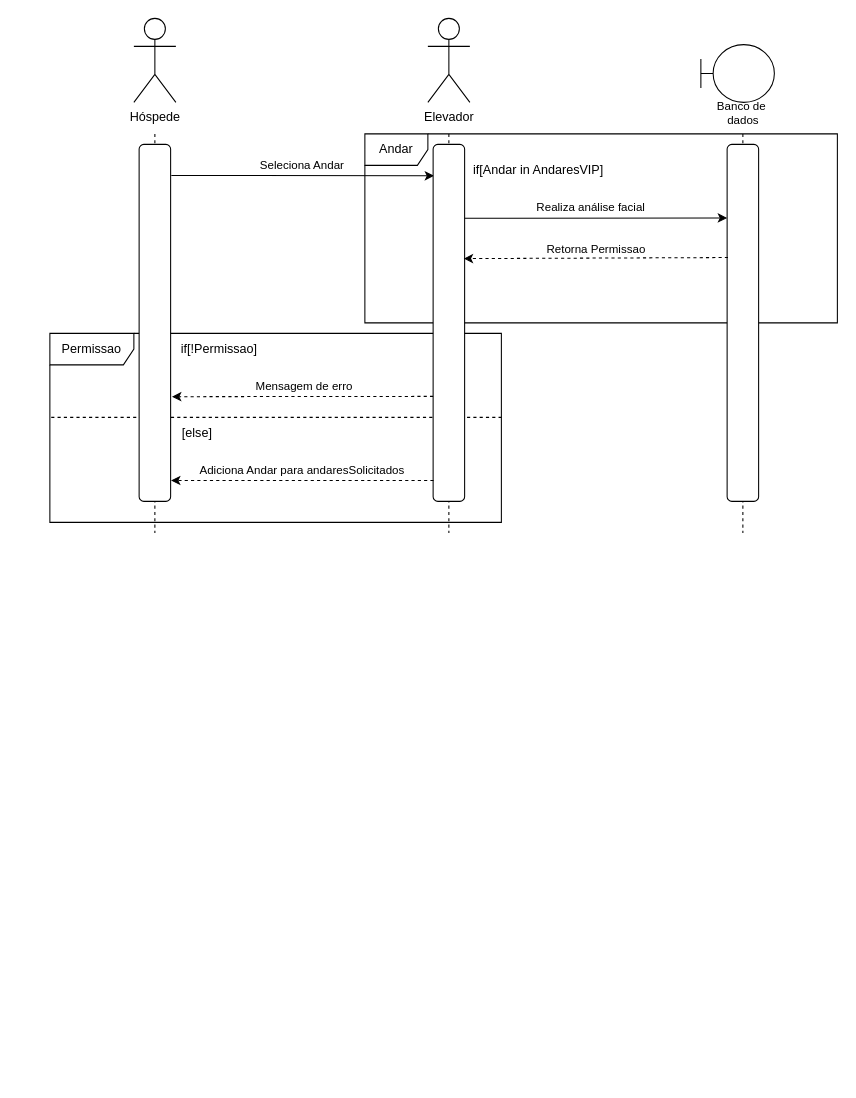
This is UC_01.drawio from joca2511/projElevadorUML, a draw.io file, before an edit. Source tidied: cells renumbered, new cells numbered last; positions are measured from the earlier drawing's top-left corner, leaving out a move shared by most shapes. Both pictures are drawn from the tidied source at 105%, with x=0, y=0 at pixel (49, 18).
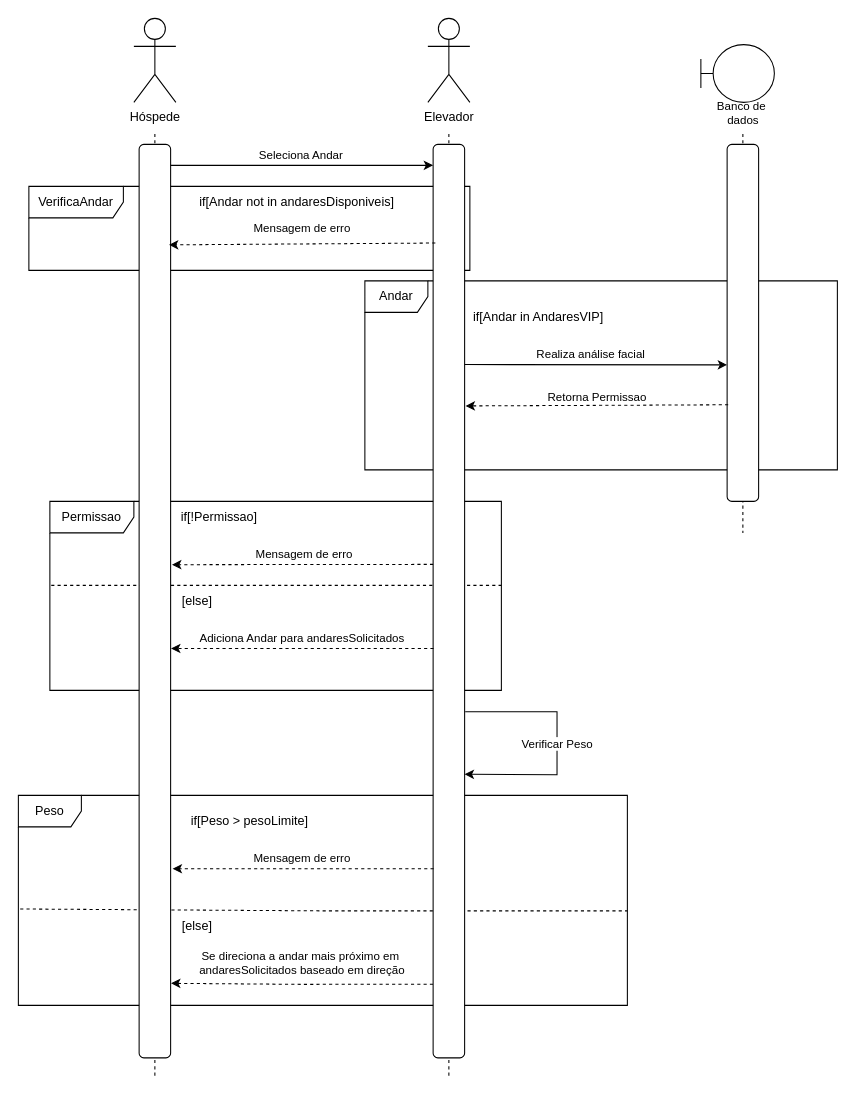
The same diagram, later.

The change refers to these unchanged cells:
```xml
<mxCell id="14" style="rounded=1;whiteSpace=wrap;html=1;" parent="1" vertex="1">
  <mxGeometry x="645" y="120" width="30" height="340" as="geometry" />
</mxCell>
```

Change to the diagram source:
```diff
@@
+    <mxCell id="23" value="VerificaAndar" style="shape=umlFrame;whiteSpace=wrap;html=1;width=90;height=30;" parent="1" vertex="1">
+      <mxGeometry x="-20" y="160" width="420" height="80" as="geometry" />
+    </mxCell>
+    <mxCell id="24" style="endArrow=none;html=1;rounded=0;exitX=0.003;exitY=0.541;exitDx=0;exitDy=0;exitPerimeter=0;dashed=1;" parent="1" edge="1" source="25">
+      <mxGeometry relative="1" as="geometry">
+        <mxPoint x="550" y="850" as="targetPoint" />
+        <Array as="points">
+          <mxPoint x="260" y="850" />
+        </Array>
+      </mxGeometry>
+    </mxCell>
+    <mxCell id="25" value="Peso" style="shape=umlFrame;whiteSpace=wrap;html=1;" parent="1" vertex="1">
+      <mxGeometry x="-30" y="740" width="580" height="200" as="geometry" />
+    </mxCell>
     <mxCell id="2" value="Andar" style="shape=umlFrame;whiteSpace=wrap;html=1;" parent="1" vertex="1">
-      <mxGeometry x="300" y="110" width="450" height="180" as="geometry" />
+      <mxGeometry x="300" y="250" width="450" height="180" as="geometry" />
     </mxCell>
     <mxCell id="3" style="endArrow=none;html=1;rounded=0;exitX=0.005;exitY=0.422;exitDx=0;exitDy=0;exitPerimeter=0;entryX=1.002;entryY=0.422;entryDx=0;entryDy=0;entryPerimeter=0;dashed=1;" parent="1" edge="1">
       <mxGeometry relative="1" as="geometry">
-        <mxPoint x="1.3" y="380" as="sourcePoint" />
-        <mxPoint x="430" y="380" as="targetPoint" />
+        <mxPoint x="1.3" y="540" as="sourcePoint" />
+        <mxPoint x="430" y="540" as="targetPoint" />
       </mxGeometry>
     </mxCell>
     <mxCell id="4" value="Permissao" style="shape=umlFrame;whiteSpace=wrap;html=1;width=80;height=30;" parent="1" vertex="1">
-      <mxGeometry y="300" width="430" height="180" as="geometry" />
+      <mxGeometry y="460" width="430" height="180" as="geometry" />
     </mxCell>
     <mxCell id="5" style="edgeStyle=orthogonalEdgeStyle;rounded=0;orthogonalLoop=1;jettySize=auto;html=1;endArrow=none;endFill=0;dashed=1;" parent="1" edge="1">
       <mxGeometry relative="1" as="geometry">
         <mxPoint x="100" y="110" as="sourcePoint" />
-        <mxPoint x="100" y="490" as="targetPoint" />
+        <mxPoint x="100" y="1010" as="targetPoint" />
       </mxGeometry>
     </mxCell>
@@
     <mxCell id="7" style="rounded=1;whiteSpace=wrap;html=1;" parent="1" vertex="1">
-      <mxGeometry x="85" y="120" width="30" height="340" as="geometry" />
+      <mxGeometry x="85" y="120" width="30" height="870" as="geometry" />
     </mxCell>
-    <mxCell id="8" value="Seleciona Andar" style="endArrow=classic;html=1;rounded=0;exitX=1.022;exitY=0.087;exitDx=0;exitDy=0;exitPerimeter=0;entryX=0.031;entryY=0.088;entryDx=0;entryDy=0;entryPerimeter=0;" parent="1" edge="1" source="7" target="11">
-      <mxGeometry x="-0.01" y="10" relative="1" as="geometry" />
-    </mxCell>
     <mxCell id="9" style="edgeStyle=orthogonalEdgeStyle;rounded=0;orthogonalLoop=1;jettySize=auto;html=1;endArrow=none;endFill=0;dashed=1;" parent="1" edge="1">
       <mxGeometry relative="1" as="geometry">
         <mxPoint x="380" y="110" as="sourcePoint" />
-        <mxPoint x="380" y="490" as="targetPoint" />
+        <mxPoint x="380" y="1010" as="targetPoint" />
       </mxGeometry>
     </mxCell>
@@
     <mxCell id="11" style="rounded=1;whiteSpace=wrap;html=1;" parent="1" vertex="1">
-      <mxGeometry x="365" y="120" width="30" height="340" as="geometry" />
+      <mxGeometry x="365" y="120" width="30" height="870" as="geometry" />
     </mxCell>
-    <mxCell id="12" value="Realiza análise facial" style="endArrow=classic;html=1;rounded=0;exitX=1;exitY=0.207;exitDx=0;exitDy=0;exitPerimeter=0;entryX=0;entryY=0.206;entryDx=0;entryDy=0;entryPerimeter=0;" parent="1" edge="1" source="11" target="14">
-      <mxGeometry x="-0.04" y="10" relative="1" as="geometry" />
-    </mxCell>
@@
-    <mxCell id="15" value="Retorna Permissao" style="endArrow=classic;html=1;rounded=0;entryX=0.972;entryY=0.32;entryDx=0;entryDy=0;entryPerimeter=0;exitX=0.028;exitY=0.317;exitDx=0;exitDy=0;exitPerimeter=0;dashed=1;" parent="1" edge="1" source="14" target="11">
-      <mxGeometry y="-8" relative="1" as="geometry" />
-    </mxCell>
     <mxCell id="16" value="Mensagem de erro" style="endArrow=classic;html=1;rounded=0;entryX=1.011;entryY=0.442;entryDx=0;entryDy=0;entryPerimeter=0;dashed=1;" parent="1" edge="1">
       <mxGeometry x="-0.01" y="-10" relative="1" as="geometry">
-        <mxPoint x="365" y="360" as="sourcePoint" />
-        <mxPoint x="116.3" y="360.3" as="targetPoint" />
+        <mxPoint x="365" y="520" as="sourcePoint" />
+        <mxPoint x="116.3" y="520.3" as="targetPoint" />
       </mxGeometry>
     </mxCell>
     <mxCell id="17" value="if[!Permissao]" style="text;html=1;align=center;verticalAlign=middle;strokeColor=none;fillColor=none;" parent="1" vertex="1">
-      <mxGeometry x="111.3" y="300" width="100" height="30" as="geometry" />
+      <mxGeometry x="111.3" y="460" width="100" height="30" as="geometry" />
     </mxCell>
     <mxCell id="18" value="[else]" style="text;html=1;align=center;verticalAlign=middle;strokeColor=none;fillColor=none;" parent="1" vertex="1">
-      <mxGeometry x="115" y="380" width="50" height="30" as="geometry" />
+      <mxGeometry x="115" y="540" width="50" height="30" as="geometry" />
     </mxCell>
     <mxCell id="19" value="Adiciona Andar para andaresSolicitados" style="endArrow=classic;html=1;rounded=0;entryX=1.014;entryY=0.912;entryDx=0;entryDy=0;entryPerimeter=0;exitX=0.012;exitY=0.912;exitDx=0;exitDy=0;exitPerimeter=0;dashed=1;" parent="1" edge="1">
       <mxGeometry y="-10" relative="1" as="geometry">
-        <mxPoint x="365.4" y="440.1" as="sourcePoint" />
-        <mxPoint x="115.4" y="440.1" as="targetPoint" />
+        <mxPoint x="365.4" y="600.1" as="sourcePoint" />
+        <mxPoint x="115.4" y="600.1" as="targetPoint" />
       </mxGeometry>
     </mxCell>
@@
     <mxCell id="22" value="if[Andar in AndaresVIP]" style="text;html=1;align=center;verticalAlign=middle;strokeColor=none;fillColor=none;" parent="1" vertex="1">
-      <mxGeometry x="390" y="130" width="150" height="30" as="geometry" />
+      <mxGeometry x="390" y="270" width="150" height="30" as="geometry" />
     </mxCell>
+    <mxCell id="8" value="Seleciona Andar" style="endArrow=classic;html=1;rounded=0;exitX=1.022;exitY=0.087;exitDx=0;exitDy=0;exitPerimeter=0;entryX=0.031;entryY=0.088;entryDx=0;entryDy=0;entryPerimeter=0;" parent="1" edge="1">
+      <mxGeometry x="-0.01" y="10" relative="1" as="geometry">
+        <mxPoint x="115" y="140" as="sourcePoint" />
+        <mxPoint x="365" y="140" as="targetPoint" />
+      </mxGeometry>
+    </mxCell>
+    <mxCell id="12" value="Realiza análise facial" style="endArrow=classic;html=1;rounded=0;exitX=1;exitY=0.085;exitDx=0;exitDy=0;exitPerimeter=0;entryX=0;entryY=0.206;entryDx=0;entryDy=0;entryPerimeter=0;" parent="1" edge="1">
+      <mxGeometry x="-0.04" y="10" relative="1" as="geometry">
+        <mxPoint x="395" y="329.7" as="sourcePoint" />
+        <mxPoint x="645" y="330" as="targetPoint" />
+      </mxGeometry>
+    </mxCell>
+    <mxCell id="15" value="Retorna Permissao" style="endArrow=classic;html=1;rounded=0;exitX=0.028;exitY=0.317;exitDx=0;exitDy=0;exitPerimeter=0;dashed=1;entryX=1.029;entryY=0.133;entryDx=0;entryDy=0;entryPerimeter=0;" parent="1" edge="1">
+      <mxGeometry y="-8" relative="1" as="geometry">
+        <mxPoint x="646" y="368" as="sourcePoint" />
+        <mxPoint x="395.9" y="369.1" as="targetPoint" />
+      </mxGeometry>
+    </mxCell>
+    <mxCell id="26" value="Verificar Peso" style="endArrow=classic;html=1;rounded=0;entryX=0.901;entryY=0.597;entryDx=0;entryDy=0;entryPerimeter=0;exitX=1.018;exitY=0.621;exitDx=0;exitDy=0;exitPerimeter=0;" parent="1" edge="1" source="11">
+      <mxGeometry relative="1" as="geometry">
+        <mxPoint x="395" y="719.9" as="targetPoint" />
+        <Array as="points">
+          <mxPoint x="483" y="660.3" />
+          <mxPoint x="483" y="720.3" />
+        </Array>
+      </mxGeometry>
+    </mxCell>
+    <mxCell id="27" value="if[Peso &amp;gt; pesoLimite]" style="text;html=1;align=center;verticalAlign=middle;strokeColor=none;fillColor=none;" parent="1" vertex="1">
+      <mxGeometry x="120" y="750" width="140" height="30" as="geometry" />
+    </mxCell>
+    <mxCell id="28" value="[else]" style="text;html=1;align=center;verticalAlign=middle;strokeColor=none;fillColor=none;" parent="1" vertex="1">
+      <mxGeometry x="115" y="850" width="50" height="30" as="geometry" />
+    </mxCell>
+    <mxCell id="29" value="Mensagem de erro" style="endArrow=classic;html=1;rounded=0;exitX=0.018;exitY=0.695;exitDx=0;exitDy=0;exitPerimeter=0;entryX=1.063;entryY=0.695;entryDx=0;entryDy=0;entryPerimeter=0;dashed=1;" parent="1" edge="1">
+      <mxGeometry x="0.01" y="-10" relative="1" as="geometry">
+        <mxPoint x="365.5" y="809.9" as="sourcePoint" />
+        <mxPoint x="116.9" y="809.9" as="targetPoint" />
+      </mxGeometry>
+    </mxCell>
+    <mxCell id="30" value="Se direciona a andar mais próximo em&amp;nbsp;&lt;div&gt;andaresSolicitados baseado em direção&lt;/div&gt;" style="endArrow=classic;html=1;rounded=0;exitX=-0.003;exitY=0.829;exitDx=0;exitDy=0;exitPerimeter=0;entryX=1.015;entryY=0.828;entryDx=0;entryDy=0;entryPerimeter=0;dashed=1;" parent="1" edge="1">
+      <mxGeometry y="-20" relative="1" as="geometry">
+        <mxPoint x="364.9" y="919.8" as="sourcePoint" />
+        <mxPoint x="115.4" y="919" as="targetPoint" />
+        <Array as="points">
+          <mxPoint x="240" y="920" />
+        </Array>
+      </mxGeometry>
+    </mxCell>
+    <mxCell id="31" value="if[Andar not in andaresDisponiveis]" style="text;html=1;align=center;verticalAlign=middle;strokeColor=none;fillColor=none;" parent="1" vertex="1">
+      <mxGeometry x="130" y="160" width="210" height="30" as="geometry" />
+    </mxCell>
+    <mxCell id="32" value="Mensagem de erro" style="endArrow=classic;html=1;rounded=0;entryX=0.946;entryY=0.11;entryDx=0;entryDy=0;entryPerimeter=0;exitX=0.071;exitY=0.108;exitDx=0;exitDy=0;exitPerimeter=0;dashed=1;" parent="1" edge="1" source="11" target="7">
+      <mxGeometry y="-15" relative="1" as="geometry" />
+    </mxCell>
```
